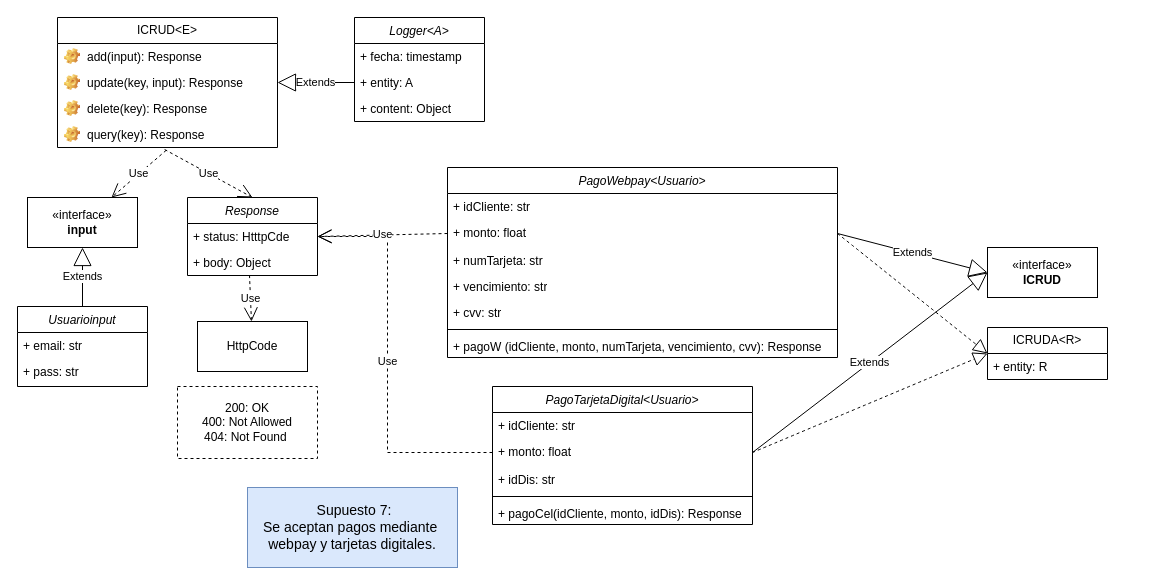
Giggin-html/dwm4 keeps this draw.io diagram as Front-End_Sprint/Diagrama Supuesto7.drawio. Above is the earlier version. Source tidied: cells renumbered, new cells numbered last; positions are measured from the earlier drawing's top-left corner, leaving out a move shared by most shapes. Both pictures are drawn from the tidied source at 100%, with x=0, y=0 at pixel (17, 17).
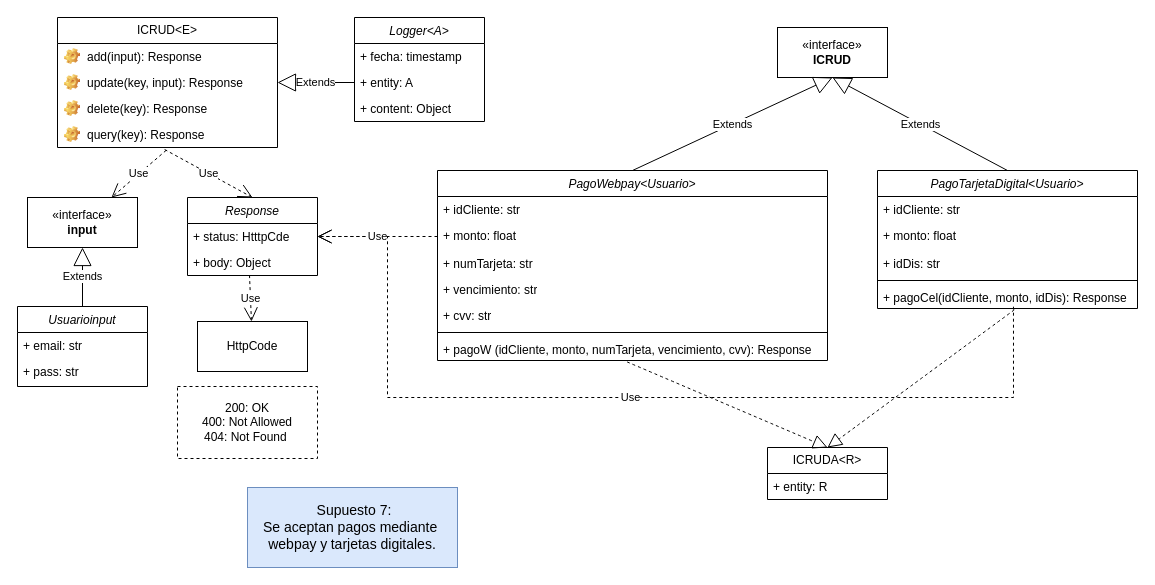
Above is the later version.

The change refers to these unchanged cells:
```xml
<mxCell id="4" value="+ monto: float" style="text;strokeColor=none;fillColor=none;align=left;verticalAlign=top;spacingLeft=4;spacingRight=4;overflow=hidden;points=[[0,0.5],[1,0.5]];portConstraint=eastwest;whiteSpace=wrap;html=1;" parent="2" vertex="1">
  <mxGeometry y="52" width="260" height="28" as="geometry" />
</mxCell>
<mxCell id="7" value="+ pagoCel(idCliente, monto, idDis): Response" style="text;strokeColor=none;fillColor=none;align=left;verticalAlign=top;spacingLeft=4;spacingRight=4;overflow=hidden;points=[[0,0.5],[1,0.5]];portConstraint=eastwest;whiteSpace=wrap;html=1;" parent="2" vertex="1">
  <mxGeometry y="114" width="260" height="24" as="geometry" />
</mxCell>
<mxCell id="20" value="+ status: HtttpCde" style="text;strokeColor=none;fillColor=none;align=left;verticalAlign=top;spacingLeft=4;spacingRight=4;overflow=hidden;points=[[0,0.5],[1,0.5]];portConstraint=eastwest;whiteSpace=wrap;html=1;" parent="19" vertex="1">
  <mxGeometry y="26" width="130" height="26" as="geometry" />
</mxCell>
<mxCell id="37" value="+ monto: float" style="text;strokeColor=none;fillColor=none;align=left;verticalAlign=top;spacingLeft=4;spacingRight=4;overflow=hidden;points=[[0,0.5],[1,0.5]];portConstraint=eastwest;whiteSpace=wrap;html=1;" parent="35" vertex="1">
  <mxGeometry y="52" width="390" height="28" as="geometry" />
</mxCell>
<mxCell id="42" value="+ pagoW (idCliente, monto, numTarjeta, vencimiento, cvv): Response" style="text;strokeColor=none;fillColor=none;align=left;verticalAlign=top;spacingLeft=4;spacingRight=4;overflow=hidden;points=[[0,0.5],[1,0.5]];portConstraint=eastwest;whiteSpace=wrap;html=1;" parent="35" vertex="1">
  <mxGeometry y="166" width="390" height="24" as="geometry" />
</mxCell>
```

What changed in the source:
```diff
@@
     <mxCell id="2" value="PagoTarjetaDigital&lt;Usuario&gt;" style="swimlane;fontStyle=2;align=center;verticalAlign=top;horizontal=1;startSize=26;rounded=0;shadow=0;strokeWidth=1;" parent="1" vertex="1">
-      <mxGeometry x="475" y="369" width="260" height="138" as="geometry" />
+      <mxGeometry x="860" y="153" width="260" height="138" as="geometry" />
     </mxCell>
@@
     <mxCell id="25" value="«interface»&lt;br&gt;&lt;b&gt;ICRUD&lt;/b&gt;" style="html=1;whiteSpace=wrap;" parent="1" vertex="1">
-      <mxGeometry x="970" y="230" width="110" height="50" as="geometry" />
+      <mxGeometry x="760" y="10" width="110" height="50" as="geometry" />
     </mxCell>
-    <mxCell id="26" value="Extends" style="endArrow=block;endSize=16;endFill=0;html=1;rounded=0;exitX=1;exitY=0.5;exitDx=0;exitDy=0;entryX=0;entryY=0.5;entryDx=0;entryDy=0;" parent="1" edge="1" source="4" target="25">
+    <mxCell id="26" value="Extends" style="endArrow=block;endSize=16;endFill=0;html=1;rounded=0;exitX=0.5;exitY=0;exitDx=0;exitDy=0;entryX=0.5;entryY=1;entryDx=0;entryDy=0;" parent="1" edge="1" source="2" target="25">
       <mxGeometry relative="1" as="geometry" />
     </mxCell>
-    <mxCell id="27" value="Use" style="endArrow=open;endSize=12;dashed=1;html=1;rounded=0;entryX=1;entryY=0.5;entryDx=0;entryDy=0;exitX=0;exitY=0.5;exitDx=0;exitDy=0;" parent="1" edge="1" source="4" target="20">
+    <mxCell id="27" value="Use" style="endArrow=open;endSize=12;dashed=1;html=1;rounded=0;entryX=1;entryY=0.5;entryDx=0;entryDy=0;exitX=0.523;exitY=0.925;exitDx=0;exitDy=0;exitPerimeter=0;" parent="1" edge="1" source="7" target="20">
       <mxGeometry relative="1" as="geometry">
         <Array as="points">
-          <mxPoint x="370" y="435" />
+          <mxPoint x="996" y="380" />
+          <mxPoint x="370" y="380" />
           <mxPoint x="370" y="219" />
         </Array>
       </mxGeometry>
     </mxCell>
@@
     <mxCell id="35" value="PagoWebpay&lt;Usuario&gt;" style="swimlane;fontStyle=2;align=center;verticalAlign=top;horizontal=1;startSize=26;rounded=0;shadow=0;strokeWidth=1;" parent="1" vertex="1">
-      <mxGeometry x="430" y="150" width="390" height="190" as="geometry" />
+      <mxGeometry x="420" y="153" width="390" height="190" as="geometry" />
     </mxCell>
@@
-    <mxCell id="44" value="Extends" style="endArrow=block;endSize=16;endFill=0;html=1;rounded=0;exitX=1;exitY=0.5;exitDx=0;exitDy=0;entryX=0;entryY=0.5;entryDx=0;entryDy=0;" parent="1" edge="1" source="37" target="25">
+    <mxCell id="44" value="Extends" style="endArrow=block;endSize=16;endFill=0;html=1;rounded=0;exitX=0.5;exitY=0;exitDx=0;exitDy=0;entryX=0.5;entryY=1;entryDx=0;entryDy=0;" parent="1" edge="1" source="35" target="25">
       <mxGeometry relative="1" as="geometry" />
     </mxCell>
@@
     <mxCell id="46" value="ICRUDA&amp;lt;R&amp;gt;" style="swimlane;fontStyle=0;horizontal=1;startSize=26;fillColor=none;whiteSpace=wrap;html=1;" parent="1" vertex="1">
-      <mxGeometry x="970" y="310" width="120" height="52" as="geometry" />
+      <mxGeometry x="750" y="430" width="120" height="52" as="geometry" />
     </mxCell>
@@
-    <mxCell id="48" style="endArrow=block;dashed=1;endFill=0;endSize=12;html=1;rounded=0;fontSize=12;curved=1;exitX=1;exitY=0.5;exitDx=0;exitDy=0;entryX=0;entryY=0.5;entryDx=0;entryDy=0;" parent="1" edge="1" source="4" target="46">
+    <mxCell id="48" style="endArrow=block;dashed=1;endFill=0;endSize=12;html=1;rounded=0;fontSize=12;curved=1;exitX=0.526;exitY=1.058;exitDx=0;exitDy=0;entryX=0.5;entryY=0;entryDx=0;entryDy=0;exitPerimeter=0;" parent="1" edge="1" source="7" target="46">
       <mxGeometry relative="1" as="geometry" />
     </mxCell>
-    <mxCell id="49" style="endArrow=block;dashed=1;endFill=0;endSize=12;html=1;rounded=0;fontSize=12;curved=1;entryX=0;entryY=0.5;entryDx=0;entryDy=0;exitX=1;exitY=0.5;exitDx=0;exitDy=0;" parent="1" edge="1" source="37" target="46">
+    <mxCell id="49" style="endArrow=block;dashed=1;endFill=0;endSize=12;html=1;rounded=0;fontSize=12;curved=1;entryX=0.5;entryY=0;entryDx=0;entryDy=0;exitX=0.486;exitY=1.058;exitDx=0;exitDy=0;exitPerimeter=0;" parent="1" edge="1" source="42" target="46">
       <mxGeometry relative="1" as="geometry" />
     </mxCell>
```
